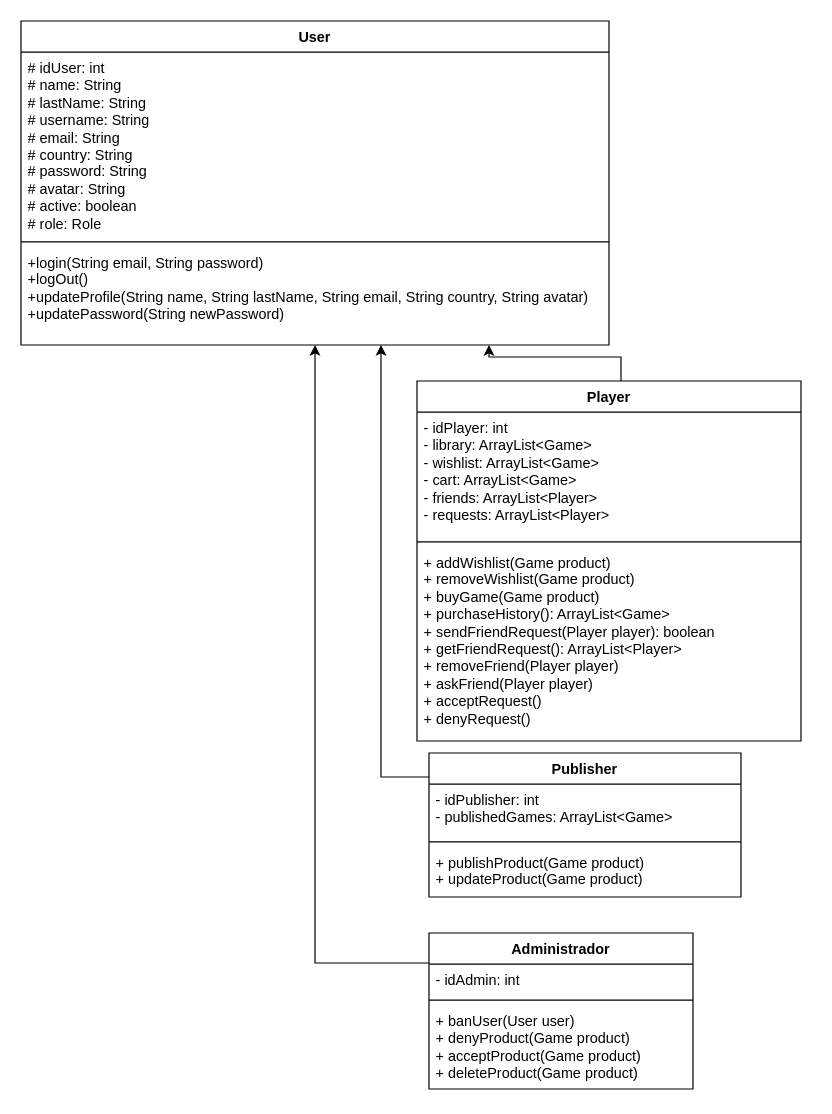
Above: page "Página-1" (1 of 2) of diagramaClases.drawio in mauriloopezb17/WASD (draw.io), before the change. Source tidied: cells renumbered, new cells numbered last; positions are measured from the earlier drawing's top-left corner, leaving out a move shared by most shapes. Both pictures are drawn from the tidied source at 120%, with x=0, y=0 at pixel (20, 20).
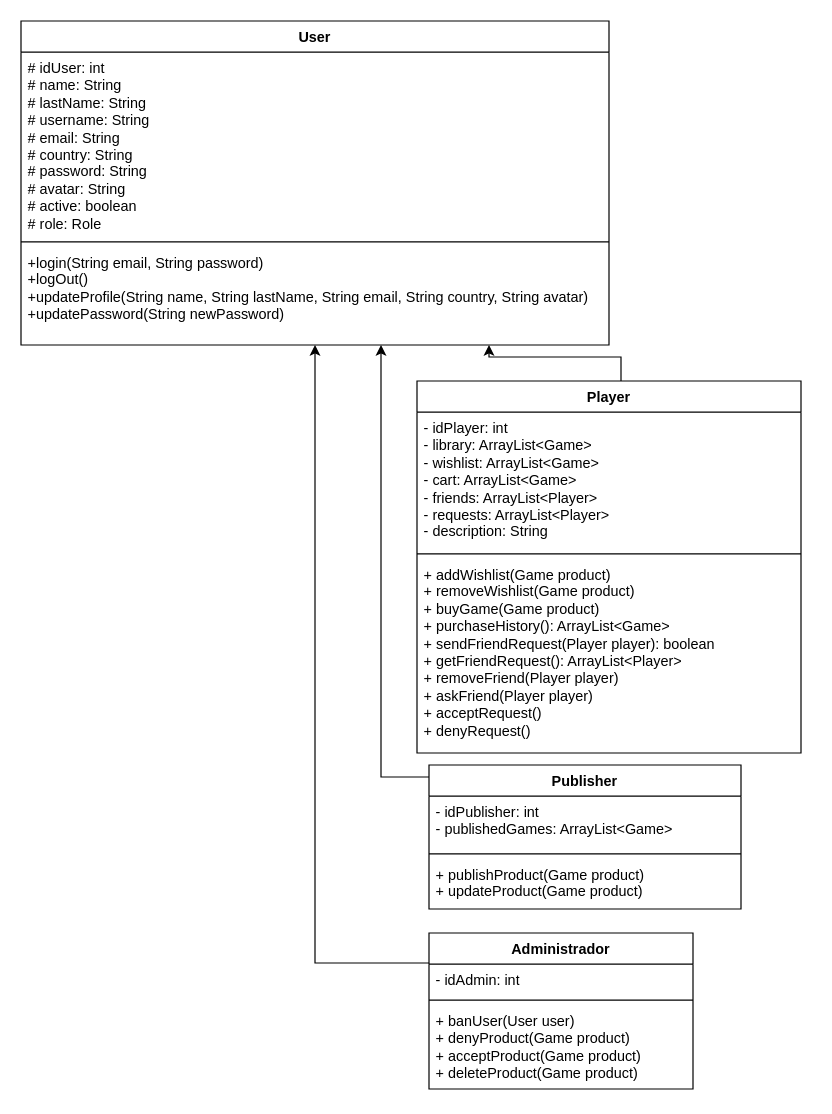
Above is the later version.

What changed in the source:
```diff
@@
     <mxCell id="3" value="Player" style="swimlane;fontStyle=1;align=center;verticalAlign=top;horizontal=1;startSize=26;whiteSpace=wrap;html=1;" parent="1" vertex="1">
-      <mxGeometry x="330" y="300" width="320" height="300" as="geometry" />
+      <mxGeometry x="330" y="300" width="320" height="310" as="geometry" />
     </mxCell>
-    <mxCell id="4" value="- idPlayer: int&lt;div&gt;- library: ArrayList&amp;lt;Game&amp;gt;&lt;div&gt;- wishlist: ArrayList&amp;lt;Game&amp;gt;&lt;/div&gt;&lt;/div&gt;&lt;div&gt;- cart: ArrayList&amp;lt;Game&amp;gt;&lt;/div&gt;&lt;div&gt;- friends: ArrayList&amp;lt;Player&amp;gt;&lt;/div&gt;&lt;div&gt;- requests: ArrayList&amp;lt;Player&amp;gt;&lt;/div&gt;&lt;div&gt;&lt;br&gt;&lt;/div&gt;&lt;div&gt;&lt;br&gt;&lt;/div&gt;" style="text;strokeColor=none;fillColor=none;align=left;verticalAlign=top;spacingLeft=4;spacingRight=4;overflow=hidden;whiteSpace=wrap;html=1;" parent="3" vertex="1">
-      <mxGeometry y="26" width="320" height="104" as="geometry" />
+    <mxCell id="4" value="- idPlayer: int&lt;div&gt;- library: ArrayList&amp;lt;Game&amp;gt;&lt;div&gt;- wishlist: ArrayList&amp;lt;Game&amp;gt;&lt;/div&gt;&lt;/div&gt;&lt;div&gt;- cart: ArrayList&amp;lt;Game&amp;gt;&lt;/div&gt;&lt;div&gt;- friends: ArrayList&amp;lt;Player&amp;gt;&lt;/div&gt;&lt;div&gt;- requests: ArrayList&amp;lt;Player&amp;gt;&lt;/div&gt;&lt;div&gt;- description: String&lt;/div&gt;&lt;div&gt;&lt;br&gt;&lt;/div&gt;&lt;div&gt;&lt;br&gt;&lt;/div&gt;" style="text;strokeColor=none;fillColor=none;align=left;verticalAlign=top;spacingLeft=4;spacingRight=4;overflow=hidden;whiteSpace=wrap;html=1;" parent="3" vertex="1">
+      <mxGeometry y="26" width="320" height="114" as="geometry" />
     </mxCell>
     <mxCell id="5" style="line;strokeWidth=1;fillColor=none;align=left;verticalAlign=middle;spacingTop=-1;spacingLeft=3;spacingRight=3;labelPosition=right;strokeColor=inherit;" parent="3" vertex="1">
-      <mxGeometry y="130" width="320" height="8" as="geometry" />
+      <mxGeometry y="140" width="320" height="8" as="geometry" />
     </mxCell>
     <mxCell id="6" value="+ addWishlist&lt;span style=&quot;background-color: transparent; color: light-dark(rgb(0, 0, 0), rgb(255, 255, 255));&quot;&gt;(Game product)&lt;/span&gt;&lt;div&gt;&lt;div&gt;+ removeWishlist(Game product)&lt;/div&gt;&lt;div&gt;+ buyGame(Game product)&lt;/div&gt;&lt;div&gt;+ purchaseHistory(): ArrayList&amp;lt;Game&amp;gt;&lt;/div&gt;&lt;div&gt;+ sendFriendRequest(Player player): boolean&lt;/div&gt;&lt;div&gt;+ getFriendRequest(): ArrayList&amp;lt;Player&amp;gt;&lt;/div&gt;&lt;div&gt;+ removeFriend(Player player)&lt;/div&gt;&lt;div&gt;+ askFriend(Player player)&lt;/div&gt;&lt;/div&gt;&lt;div&gt;+ acceptRequest()&lt;/div&gt;&lt;div&gt;+ denyRequest()&lt;/div&gt;&lt;div&gt;&lt;br&gt;&lt;/div&gt;" style="text;strokeColor=none;fillColor=none;align=left;verticalAlign=top;spacingLeft=4;spacingRight=4;overflow=hidden;points=[[0,0.5],[1,0.5]];portConstraint=eastwest;whiteSpace=wrap;html=1;" parent="3" vertex="1">
-      <mxGeometry y="138" width="320" height="162" as="geometry" />
+      <mxGeometry y="148" width="320" height="162" as="geometry" />
     </mxCell>
@@
     <mxCell id="13" value="Publisher" style="swimlane;fontStyle=1;align=center;verticalAlign=top;horizontal=1;startSize=26;whiteSpace=wrap;html=1;" parent="1" vertex="1">
-      <mxGeometry x="340" y="610" width="260" height="120" as="geometry" />
+      <mxGeometry x="340" y="620" width="260" height="120" as="geometry" />
     </mxCell>
```
